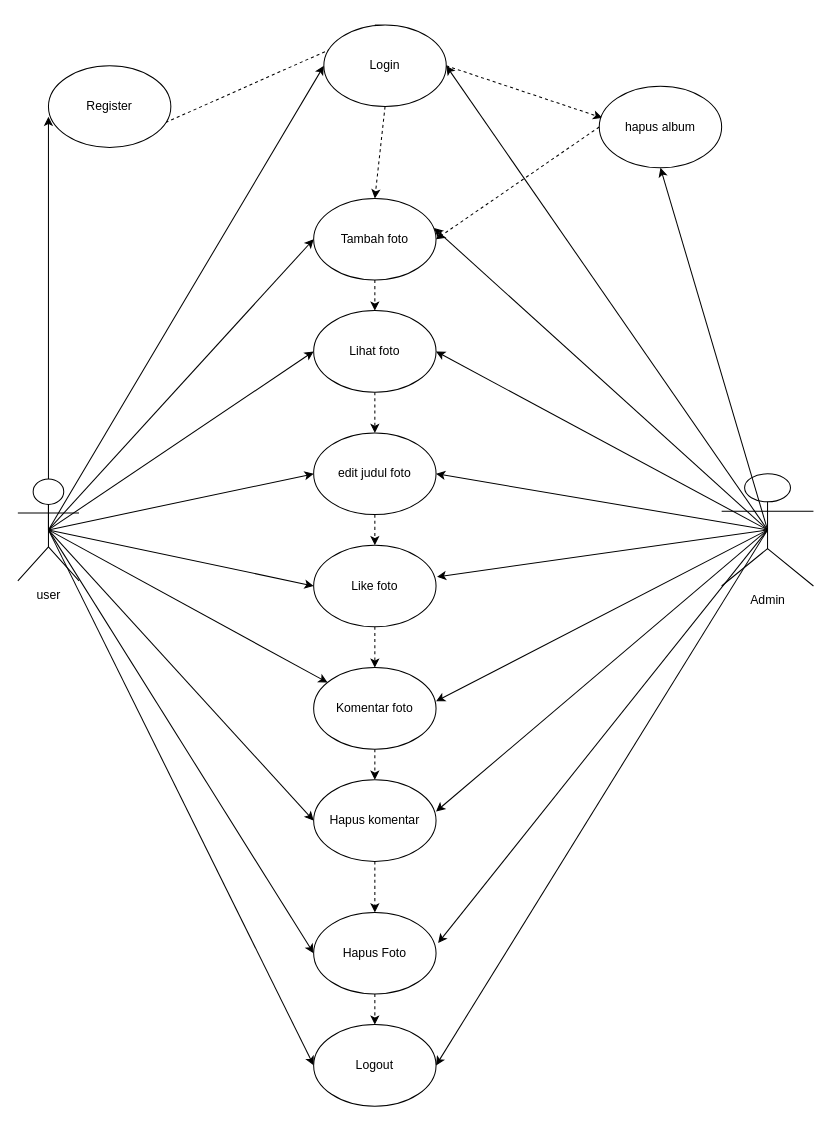
Above: usecase.drawio in souchanblue/gallery (draw.io), before the change. Source tidied: cells renumbered, new cells numbered last; positions are measured from the earlier drawing's top-left corner, leaving out a move shared by most shapes. Both pictures are drawn from the tidied source at 102%, with x=0, y=0 at pixel (17, 24).
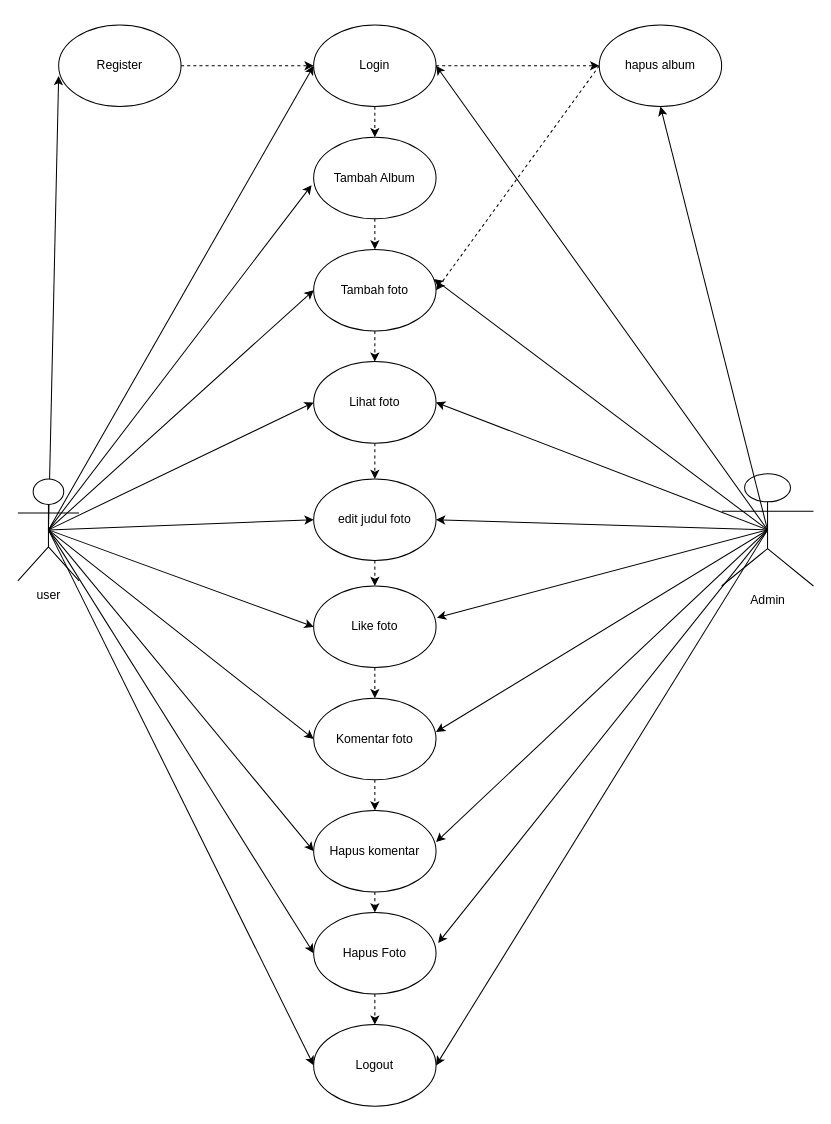
The same page after the edit.

The change refers to these unchanged cells:
```xml
<mxCell id="12" value="user&lt;br&gt;" style="shape=umlActor;verticalLabelPosition=bottom;verticalAlign=top;html=1;outlineConnect=0;" parent="1" vertex="1">
  <mxGeometry y="445" width="60" height="100" as="geometry" />
</mxCell>
```

What changed in the source:
```diff
@@
-    <mxCell id="8" style="edgeStyle=none;html=1;exitX=0.5;exitY=0.5;exitDx=0;exitDy=0;exitPerimeter=0;fontFamily=Helvetica;" parent="1" edge="1" source="12" target="27">
+    <mxCell id="8" style="edgeStyle=none;html=1;exitX=0.5;exitY=0.5;exitDx=0;exitDy=0;exitPerimeter=0;fontFamily=Helvetica;entryX=0;entryY=0.5;entryDx=0;entryDy=0;" parent="1" edge="1" source="12" target="27">
       <mxGeometry relative="1" as="geometry" />
     </mxCell>
@@
+    <mxCell id="46" style="edgeStyle=none;html=1;exitX=0.5;exitY=0.5;exitDx=0;exitDy=0;exitPerimeter=0;entryX=-0.017;entryY=0.588;entryDx=0;entryDy=0;entryPerimeter=0;" parent="1" edge="1" source="12" target="47">
+      <mxGeometry relative="1" as="geometry" />
+    </mxCell>
@@
-    <mxCell id="13" style="edgeStyle=none;html=1;exitX=0.5;exitY=1;exitDx=0;exitDy=0;entryX=0.5;entryY=0;entryDx=0;entryDy=0;dashed=1;" parent="1" edge="1" source="14" target="17">
+    <mxCell id="13" style="edgeStyle=none;html=1;exitX=1;exitY=0.5;exitDx=0;exitDy=0;entryX=0;entryY=0.5;entryDx=0;entryDy=0;dashed=1;" parent="1" edge="1" source="14" target="17">
       <mxGeometry relative="1" as="geometry" />
     </mxCell>
     <mxCell id="14" value="Register" style="ellipse;whiteSpace=wrap;html=1;fontFamily=Helvetica;" parent="1" vertex="1">
-      <mxGeometry x="30" y="40" width="120" height="80" as="geometry" />
+      <mxGeometry x="40" width="120" height="80" as="geometry" />
     </mxCell>
-    <mxCell id="15" style="edgeStyle=none;html=1;exitX=0.5;exitY=1;exitDx=0;exitDy=0;entryX=0.5;entryY=0;entryDx=0;entryDy=0;dashed=1;" parent="1" edge="1" source="17" target="19">
+    <mxCell id="15" style="edgeStyle=none;html=1;exitX=0.5;exitY=1;exitDx=0;exitDy=0;entryX=0.5;entryY=0;entryDx=0;entryDy=0;dashed=1;" parent="1" edge="1" source="17" target="47">
       <mxGeometry relative="1" as="geometry" />
     </mxCell>
-    <mxCell id="16" style="edgeStyle=none;html=1;exitX=1;exitY=0.5;exitDx=0;exitDy=0;entryX=0.025;entryY=0.388;entryDx=0;entryDy=0;entryPerimeter=0;dashed=1;" parent="1" edge="1" source="17" target="44">
+    <mxCell id="16" style="edgeStyle=none;html=1;exitX=1;exitY=0.5;exitDx=0;exitDy=0;entryX=0;entryY=0.5;entryDx=0;entryDy=0;dashed=1;" parent="1" edge="1" source="17" target="44">
       <mxGeometry relative="1" as="geometry" />
     </mxCell>
     <mxCell id="17" value="Login" style="ellipse;whiteSpace=wrap;html=1;fontFamily=Helvetica;" parent="1" vertex="1">
-      <mxGeometry x="300" width="120" height="80" as="geometry" />
+      <mxGeometry x="290" width="120" height="80" as="geometry" />
     </mxCell>
@@
     <mxCell id="19" value="Tambah foto" style="ellipse;whiteSpace=wrap;html=1;fontFamily=Helvetica;" parent="1" vertex="1">
-      <mxGeometry x="290" y="170" width="120" height="80" as="geometry" />
+      <mxGeometry x="290" y="220" width="120" height="80" as="geometry" />
     </mxCell>
@@
     <mxCell id="21" value="Lihat foto" style="ellipse;whiteSpace=wrap;html=1;fontFamily=Helvetica;" parent="1" vertex="1">
-      <mxGeometry x="290" y="280" width="120" height="80" as="geometry" />
+      <mxGeometry x="290" y="330" width="120" height="80" as="geometry" />
     </mxCell>
@@
     <mxCell id="23" value="edit judul foto" style="ellipse;whiteSpace=wrap;html=1;fontFamily=Helvetica;" parent="1" vertex="1">
-      <mxGeometry x="290" y="400" width="120" height="80" as="geometry" />
+      <mxGeometry x="290" y="445" width="120" height="80" as="geometry" />
     </mxCell>
@@
     <mxCell id="25" value="Like foto" style="ellipse;whiteSpace=wrap;html=1;fontFamily=Helvetica;" parent="1" vertex="1">
-      <mxGeometry x="290" y="510" width="120" height="80" as="geometry" />
+      <mxGeometry x="290" y="550" width="120" height="80" as="geometry" />
     </mxCell>
@@
     <mxCell id="27" value="Komentar foto" style="ellipse;whiteSpace=wrap;html=1;fontFamily=Helvetica;" parent="1" vertex="1">
-      <mxGeometry x="290" y="630" width="120" height="80" as="geometry" />
+      <mxGeometry x="290" y="660" width="120" height="80" as="geometry" />
     </mxCell>
@@
     <mxCell id="29" value="Hapus komentar" style="ellipse;whiteSpace=wrap;html=1;fontFamily=Helvetica;" parent="1" vertex="1">
-      <mxGeometry x="290" y="740" width="120" height="80" as="geometry" />
+      <mxGeometry x="290" y="770" width="120" height="80" as="geometry" />
     </mxCell>
@@
     <mxCell id="44" value="hapus album" style="ellipse;whiteSpace=wrap;html=1;" parent="1" vertex="1">
-      <mxGeometry x="570" y="60" width="120" height="80" as="geometry" />
+      <mxGeometry x="570" width="120" height="80" as="geometry" />
     </mxCell>
@@
+    <mxCell id="47" value="Tambah Album" style="ellipse;whiteSpace=wrap;html=1;" parent="1" vertex="1">
+      <mxGeometry x="290" y="110" width="120" height="80" as="geometry" />
+    </mxCell>
+    <mxCell id="48" style="edgeStyle=none;html=1;exitX=0.5;exitY=1;exitDx=0;exitDy=0;entryX=0.5;entryY=0;entryDx=0;entryDy=0;dashed=1;" parent="1" edge="1" source="47" target="19">
+      <mxGeometry relative="1" as="geometry" />
+    </mxCell>
```
